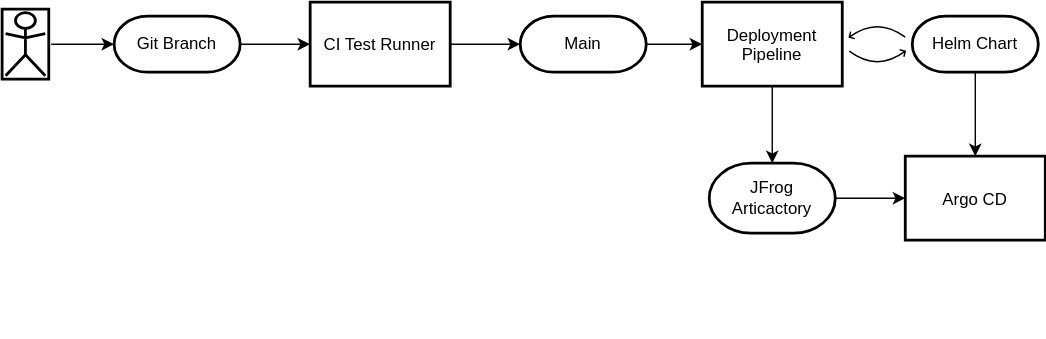
Above: tam/deployment.drawio.svg in Aleph-Alpha/pharia-engine (draw.io), before the change. Source tidied: cells renumbered, new cells last; positions are measured from the earlier drawing's top-left corner, leaving out a move shared by most shapes. Its diagram source:
```xml
<mxGraphModel>
  <root>
    <mxCell id="0" />
    <mxCell id="1" parent="0" />
    <mxCell id="2" value="Git Branch" style="rounded=1;whiteSpace=wrap;html=1;arcSize=60;strokeWidth=2;" parent="1" vertex="1">
      <mxGeometry x="80" y="10" width="90" height="40" as="geometry" />
    </mxCell>
    <mxCell id="3" style="shape=actor;horizontalLabelPosition=right;align=left;labelPosition=right;strokeWidth=2;" parent="1" vertex="1">
      <mxGeometry y="5" width="35" height="50" as="geometry" />
    </mxCell>
    <mxCell id="4" value="Best viewed with the &lt;a href=&quot;https://github.com/ariel-bentu/tam-drawio&quot;&gt;TAM plugin&lt;/a&gt;" style="text;html=1;shape=tamPluginMissing;" parent="1" vertex="1">
      <mxGeometry x="272.5" y="215" width="200" height="25" as="geometry" />
    </mxCell>
    <mxCell id="5" style="edgeStyle=elbowEdgeStyle;html=1;labelBackgroundColor=none;rounded=1;elbow=horizontal;endArrow=classic;endFill=1;align=left;exitX=1;exitY=0.5;exitDx=0;exitDy=0;entryX=0;entryY=0.5;entryDx=0;entryDy=0;" parent="1" edge="1" source="3" target="2">
      <mxGeometry relative="1" as="geometry" />
    </mxCell>
    <mxCell id="6" value="CI Test Runner" style="shape=agent;offsetSize=8;strokeWidth=2;" parent="1" vertex="1">
      <mxGeometry x="220" width="100" height="60" as="geometry" />
    </mxCell>
    <mxCell id="7" style="edgeStyle=elbowEdgeStyle;html=1;labelBackgroundColor=none;rounded=1;elbow=horizontal;endArrow=classic;endFill=1;align=left;exitX=1;exitY=0.5;exitDx=0;exitDy=0;entryX=0;entryY=0.5;entryDx=0;entryDy=0;" parent="1" edge="1" source="2" target="6">
      <mxGeometry relative="1" as="geometry" />
    </mxCell>
    <mxCell id="8" style="edgeStyle=elbowEdgeStyle;html=1;labelBackgroundColor=none;rounded=1;elbow=horizontal;endArrow=classic;endFill=1;align=left;exitX=1;exitY=0.5;exitDx=0;exitDy=0;entryX=0;entryY=0.5;entryDx=0;entryDy=0;" parent="1" edge="1" source="6" target="9">
      <mxGeometry relative="1" as="geometry" />
    </mxCell>
    <mxCell id="9" value="Main" style="rounded=1;whiteSpace=wrap;html=1;arcSize=60;strokeWidth=2;" parent="1" vertex="1">
      <mxGeometry x="370" y="10" width="90" height="40" as="geometry" />
    </mxCell>
    <mxCell id="10" value="Deployment&#10;Pipeline" style="shape=agent;offsetSize=8;strokeWidth=2;" parent="1" vertex="1">
      <mxGeometry x="500" width="100" height="60" as="geometry" />
    </mxCell>
    <mxCell id="11" style="edgeStyle=elbowEdgeStyle;html=1;labelBackgroundColor=none;rounded=1;elbow=horizontal;endArrow=classic;endFill=1;align=left;exitX=1;exitY=0.5;exitDx=0;exitDy=0;entryX=0;entryY=0.5;entryDx=0;entryDy=0;" parent="1" edge="1" source="9" target="10">
      <mxGeometry relative="1" as="geometry" />
    </mxCell>
    <mxCell id="12" value="JFrog&lt;br&gt;Articactory" style="rounded=1;whiteSpace=wrap;html=1;arcSize=60;strokeWidth=2;" parent="1" vertex="1">
      <mxGeometry x="505" y="115" width="90" height="50" as="geometry" />
    </mxCell>
    <mxCell id="13" style="edgeStyle=elbowEdgeStyle;html=1;labelBackgroundColor=none;rounded=1;elbow=vertical;endArrow=classic;endFill=1;align=center;entryX=0.5;entryY=0;entryDx=0;entryDy=0;exitX=0.5;exitY=1;exitDx=0;exitDy=0;" parent="1" edge="1" source="10" target="12">
      <mxGeometry relative="1" as="geometry" />
    </mxCell>
    <mxCell id="14" value="Helm Chart" style="rounded=1;whiteSpace=wrap;html=1;arcSize=60;strokeWidth=2;" parent="1" vertex="1">
      <mxGeometry x="650" y="10" width="90" height="40" as="geometry" />
    </mxCell>
    <mxCell id="15" style="shape=updateedge;endArrow=none;entryX=0;entryY=0.5;entryDx=0;entryDy=0;exitX=1;exitY=0.5;exitDx=0;exitDy=0;" parent="1" edge="1" source="10" target="14">
      <mxGeometry relative="1" as="geometry" />
    </mxCell>
    <mxCell id="16" value="Argo CD" style="shape=agent;offsetSize=8;strokeWidth=2;" parent="1" vertex="1">
      <mxGeometry x="645" y="110" width="100" height="60" as="geometry" />
    </mxCell>
    <mxCell id="17" style="edgeStyle=elbowEdgeStyle;html=1;labelBackgroundColor=none;rounded=1;elbow=horizontal;endArrow=classic;endFill=1;align=left;exitX=1;exitY=0.5;exitDx=0;exitDy=0;entryX=0;entryY=0.5;entryDx=0;entryDy=0;" parent="1" edge="1" source="12" target="16">
      <mxGeometry relative="1" as="geometry" />
    </mxCell>
    <mxCell id="18" style="edgeStyle=elbowEdgeStyle;html=1;labelBackgroundColor=none;rounded=1;elbow=vertical;endArrow=classic;endFill=1;align=center;entryX=0.5;entryY=0;entryDx=0;entryDy=0;exitX=0.5;exitY=1;exitDx=0;exitDy=0;" parent="1" edge="1" source="14" target="16">
      <mxGeometry relative="1" as="geometry" />
    </mxCell>
  </root>
</mxGraphModel>
```
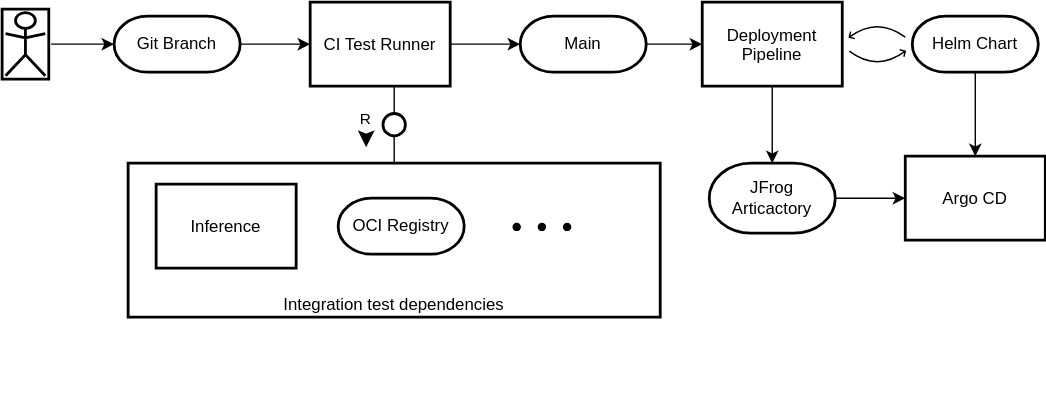
After the change.

Commit message:
docs: add test dependencies to deployment block diagram

Diff of the diagram source:
```diff
@@ -9,7 +9,7 @@
       <mxGeometry y="5" width="35" height="50" as="geometry" />
     </mxCell>
     <mxCell id="4" value="Best viewed with the &lt;a href=&quot;https://github.com/ariel-bentu/tam-drawio&quot;&gt;TAM plugin&lt;/a&gt;" style="text;html=1;shape=tamPluginMissing;" parent="1" vertex="1">
-      <mxGeometry x="272.5" y="215" width="200" height="25" as="geometry" />
+      <mxGeometry x="272.5" y="255" width="200" height="25" as="geometry" />
     </mxCell>
     <mxCell id="5" style="edgeStyle=elbowEdgeStyle;html=1;labelBackgroundColor=none;rounded=1;elbow=horizontal;endArrow=classic;endFill=1;align=left;exitX=1;exitY=0.5;exitDx=0;exitDy=0;entryX=0;entryY=0.5;entryDx=0;entryDy=0;" parent="1" edge="1" source="3" target="2">
       <mxGeometry relative="1" as="geometry" />
@@ -53,5 +53,20 @@
     <mxCell id="18" style="edgeStyle=elbowEdgeStyle;html=1;labelBackgroundColor=none;rounded=1;elbow=vertical;endArrow=classic;endFill=1;align=center;entryX=0.5;entryY=0;entryDx=0;entryDy=0;exitX=0.5;exitY=1;exitDx=0;exitDy=0;" parent="1" edge="1" source="14" target="16">
       <mxGeometry relative="1" as="geometry" />
     </mxCell>
+    <mxCell id="19" value="Integration test dependencies" style="shape=agent;offsetSize=8;strokeWidth=2;verticalAlign=bottom;" parent="1" vertex="1">
+      <mxGeometry x="90" y="115" width="380" height="110" as="geometry" />
+    </mxCell>
+    <mxCell id="20" value="Inference" style="shape=agent;offsetSize=8;strokeWidth=2;" parent="1" vertex="1">
+      <mxGeometry x="110" y="130" width="100" height="60" as="geometry" />
+    </mxCell>
+    <mxCell id="21" value="OCI Registry" style="rounded=1;whiteSpace=wrap;html=1;arcSize=60;strokeWidth=2;" parent="1" vertex="1">
+      <mxGeometry x="240" y="140" width="90" height="40" as="geometry" />
+    </mxCell>
+    <mxCell id="22" style="shape=dot3;" parent="1" vertex="1">
+      <mxGeometry x="360" y="153" width="55" height="15" as="geometry" />
+    </mxCell>
+    <mxCell id="23" style="shape=useedge;vertical=true;edgeStyle=none;endArrow=none;useSignPosition=left;useSignDirection=south;entryX=0.5;entryY=1;entryDx=0;entryDy=0;exitX=0.5;exitY=0;exitDx=0;exitDy=0;" parent="1" edge="1" source="19" target="6">
+      <mxGeometry relative="1" as="geometry" />
+    </mxCell>
   </root>
 </mxGraphModel>
```
